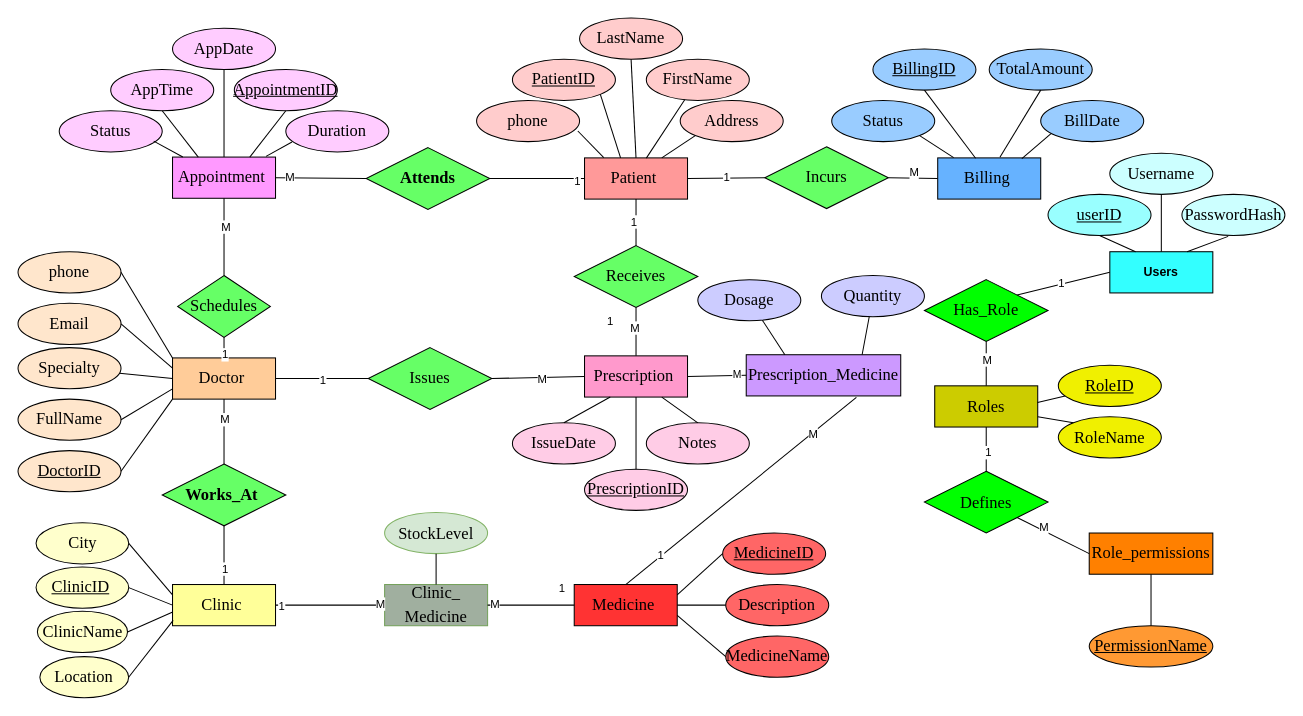
Earlier version of the draw.io diagram page "Page-14" (15 of 15) of Untitled Diagram.drawio (FatimahAli313/Project_1). Source tidied: cells renumbered, new cells numbered last; positions are measured from the earlier drawing's top-left corner, leaving out a move shared by most shapes. Both pictures are drawn from the tidied source at 103%, with x=0, y=0 at pixel (18, 18).
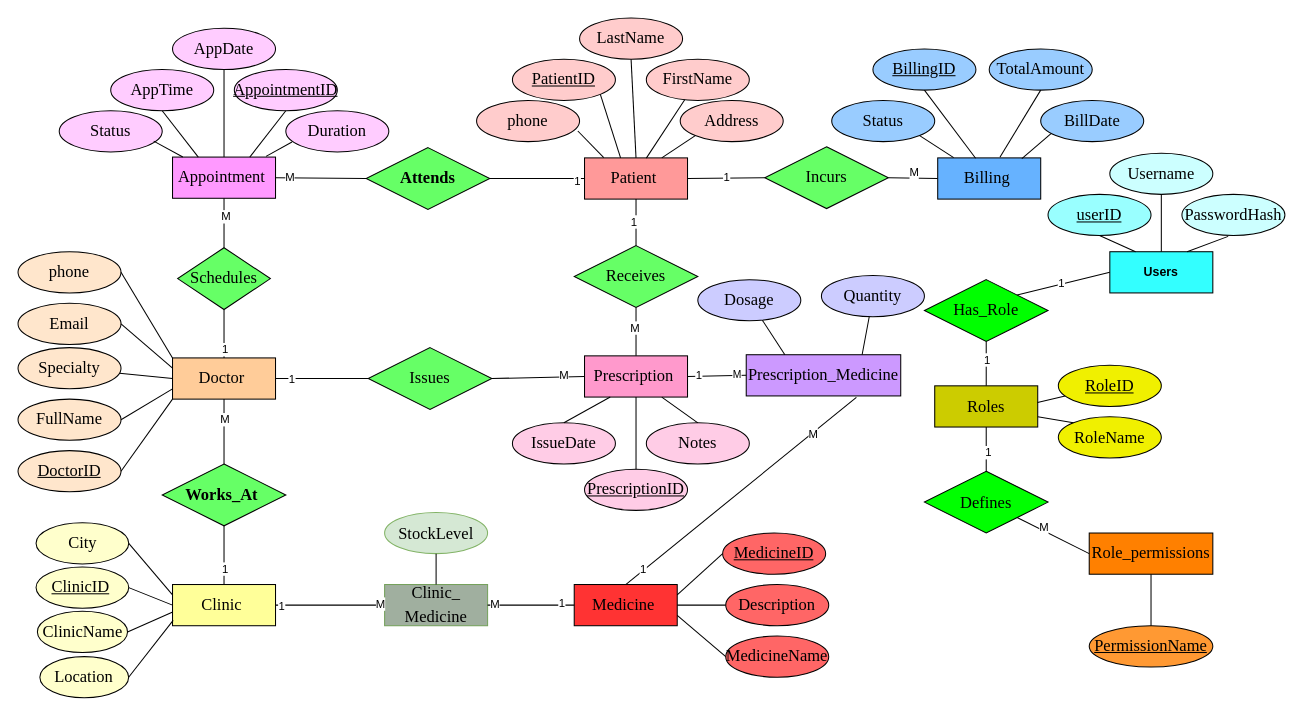
The same page after the edit.

The change refers to these unchanged cells:
```xml
<mxCell id="82" style="endArrow=none;html=1;rounded=0;entryX=0;entryY=0.5;entryDx=0;entryDy=0;exitX=1;exitY=0.5;exitDx=0;exitDy=0;" parent="1" edge="1" source="13" target="81">
  <mxGeometry relative="1" as="geometry" />
</mxCell>
<mxCell id="84" style="endArrow=none;html=1;rounded=0;exitX=1;exitY=0.5;exitDx=0;exitDy=0;entryX=0;entryY=0.5;entryDx=0;entryDy=0;" parent="1" edge="1" source="81" target="42">
  <mxGeometry relative="1" as="geometry" />
</mxCell>
<mxCell id="99" style="endArrow=none;html=1;rounded=0;exitX=1;exitY=0.5;exitDx=0;exitDy=0;entryX=0;entryY=0.5;entryDx=0;entryDy=0;" parent="1" edge="1" source="42" target="96">
  <mxGeometry relative="1" as="geometry" />
</mxCell>
<mxCell id="120" style="endArrow=none;html=1;rounded=0;exitX=0.5;exitY=1;exitDx=0;exitDy=0;entryX=0.5;entryY=0;entryDx=0;entryDy=0;" parent="1" edge="1" source="117" target="109">
  <mxGeometry relative="1" as="geometry" />
</mxCell>
<mxCell id="132" style="endArrow=none;html=1;rounded=0;entryX=0;entryY=0.5;entryDx=0;entryDy=0;exitX=1;exitY=0.5;exitDx=0;exitDy=0;" parent="1" edge="1" source="129" target="58">
  <mxGeometry relative="1" as="geometry" />
</mxCell>
<mxCell id="138" style="endArrow=none;html=1;rounded=0;exitX=0.713;exitY=1.034;exitDx=0;exitDy=0;exitPerimeter=0;entryX=0.5;entryY=0;entryDx=0;entryDy=0;" parent="1" edge="1" source="96" target="58">
  <mxGeometry relative="1" as="geometry" />
</mxCell>
```

The edit, as a diff of the source:
```diff
@@
     <mxCell id="76" value="&lt;span style=&quot;font-size: 12pt; line-height: 140%; font-family: &amp;quot;Times New Roman&amp;quot;, serif;&quot;&gt;Schedules&lt;/span&gt;" style="shape=rhombus;perimeter=rhombusPerimeter;whiteSpace=wrap;html=1;align=center;fillColor=#66FF66;" parent="1" vertex="1">
-      <mxGeometry x="155" y="250" width="90" height="60" as="geometry" />
+      <mxGeometry x="155" y="223" width="90" height="60" as="geometry" />
     </mxCell>
@@
     <mxCell id="83" value="1" style="edgeLabel;html=1;align=center;verticalAlign=middle;" parent="82" vertex="1">
-      <mxGeometry x="-0.01" y="-1" relative="1" as="geometry" />
+      <mxGeometry x="-0.01" y="-1" relative="1" as="geometry">
+        <mxPoint x="-30" y="-1" as="offset" />
+      </mxGeometry>
     </mxCell>
@@
     <mxCell id="85" value="M" style="edgeLabel;html=1;align=center;verticalAlign=middle;" parent="84" vertex="1">
-      <mxGeometry x="0.07" y="-2" relative="1" as="geometry" />
+      <mxGeometry x="0.07" y="-2" relative="1" as="geometry">
+        <mxPoint x="21" y="-4" as="offset" />
+      </mxGeometry>
     </mxCell>
@@
     <mxCell id="100" value="1" style="edgeLabel;html=1;align=center;verticalAlign=middle;" parent="99" vertex="1">
       <mxGeometry x="-0.14" y="-1" relative="1" as="geometry">
-        <mxPoint x="-101" y="-54" as="offset" />
+        <mxPoint x="-15" y="-2" as="offset" />
       </mxGeometry>
     </mxCell>
@@
-    <mxCell id="121" value="M" style="edgeLabel;html=1;align=center;verticalAlign=middle;" parent="120" vertex="1">
+    <mxCell id="121" value="1" style="edgeLabel;html=1;align=center;verticalAlign=middle;" parent="120" vertex="1">
       <mxGeometry x="-0.21" y="3" relative="1" as="geometry">
         <mxPoint x="-3" as="offset" />
       </mxGeometry>
     </mxCell>
@@
     <mxCell id="134" value="1" style="edgeLabel;html=1;align=center;verticalAlign=middle;" parent="132" vertex="1">
       <mxGeometry x="0.96" y="3" relative="1" as="geometry">
-        <mxPoint x="-10" y="-14" as="offset" />
+        <mxPoint x="-10" as="offset" />
       </mxGeometry>
     </mxCell>
@@
     <mxCell id="140" value="1" style="edgeLabel;html=1;align=center;verticalAlign=middle;" parent="138" vertex="1">
-      <mxGeometry x="0.69" y="-1" relative="1" as="geometry" />
+      <mxGeometry x="0.69" y="-1" relative="1" as="geometry">
+        <mxPoint x="-17" y="13" as="offset" />
+      </mxGeometry>
     </mxCell>
```
